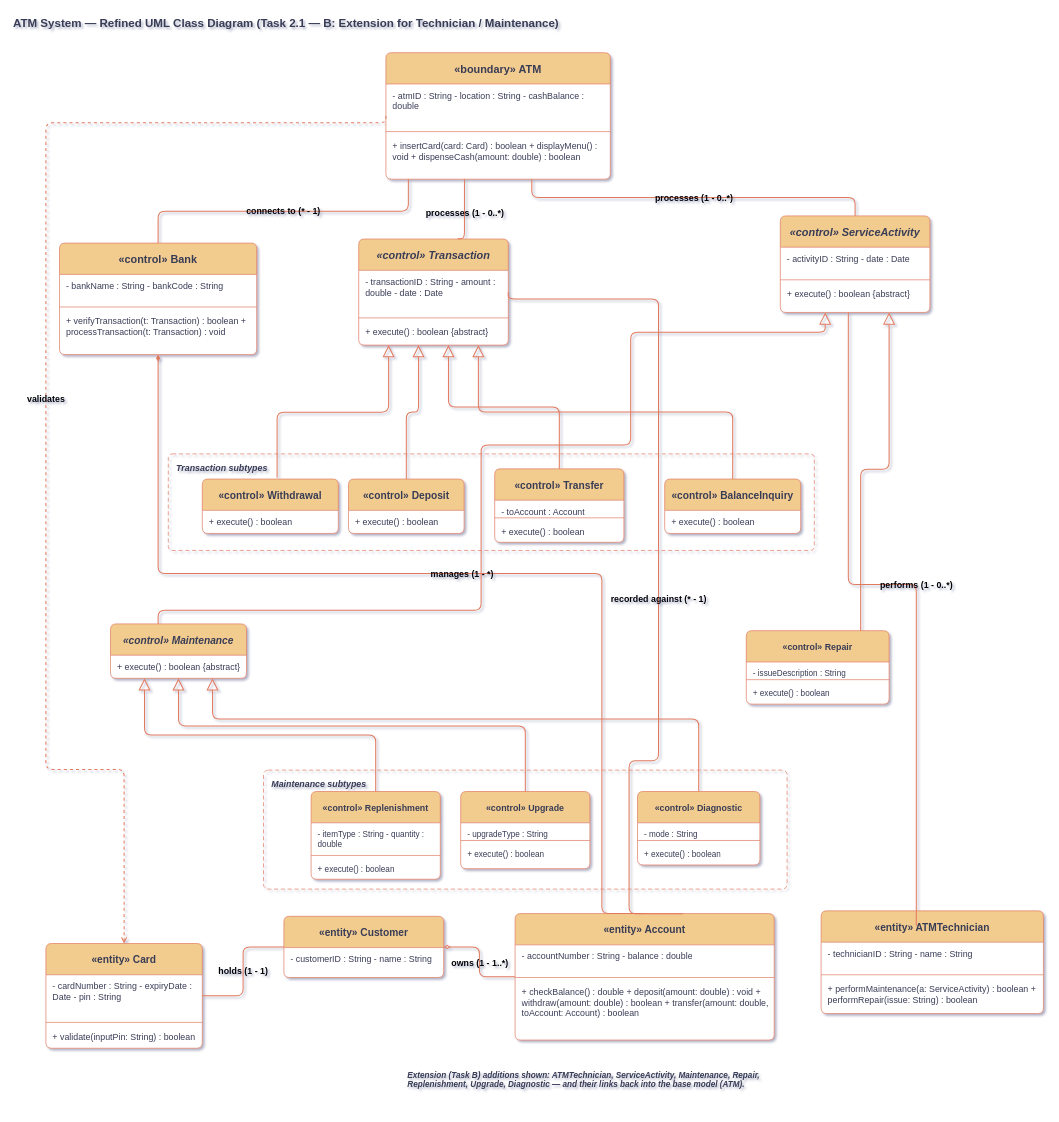
Above: Refined UML Class Diagram -Task 2.1 — B.drawio in Moparapairayat/SE_ATM_UML_Diagram (draw.io), before the change. Source tidied: cells renumbered, new cells numbered last; positions are measured from the earlier drawing's top-left corner, leaving out a move shared by most shapes. Both pictures are drawn from the tidied source at 68%, with x=0, y=0 at pixel (12, 12).
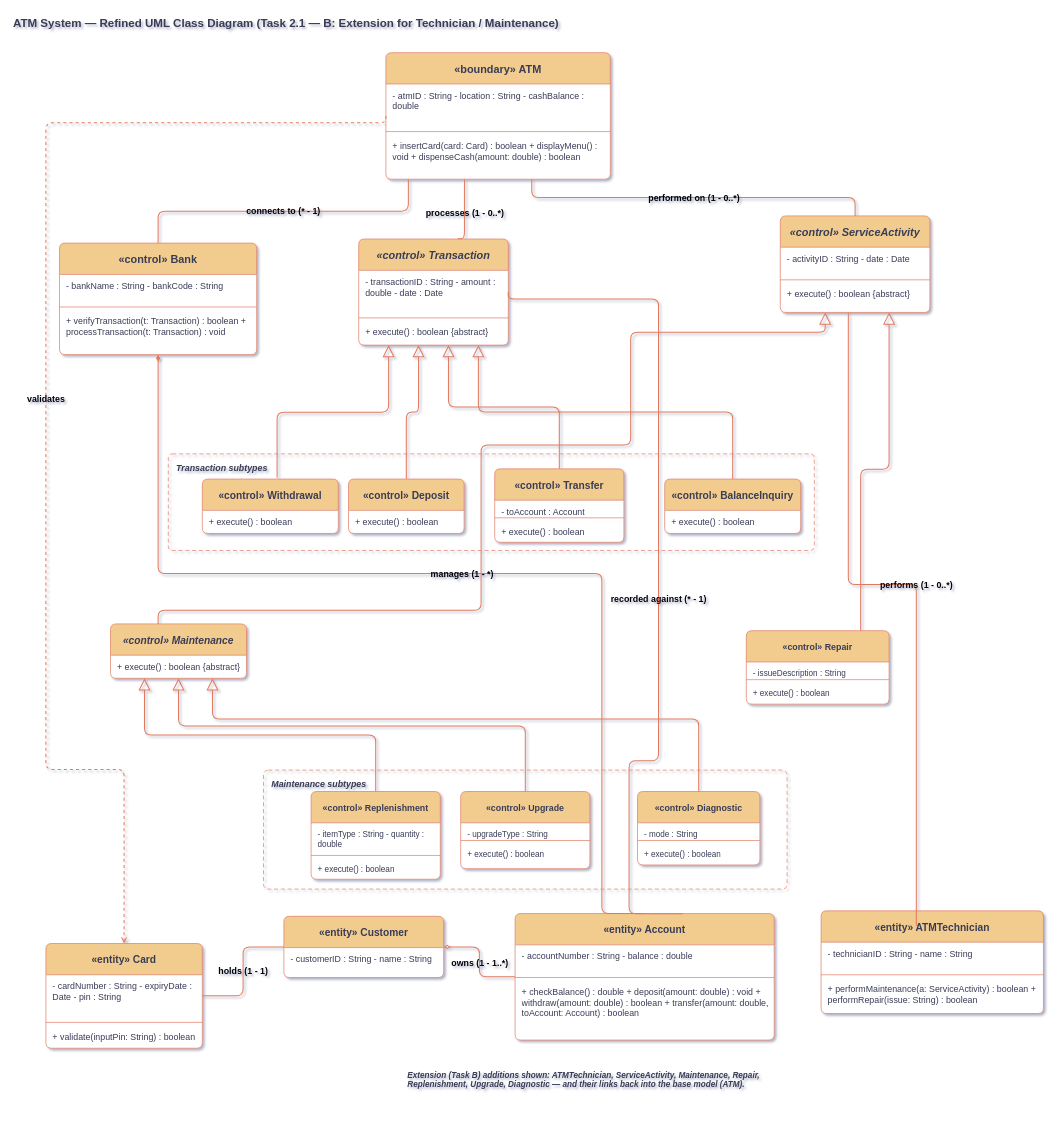
After the change.

The change refers to these unchanged cells:
```xml
<mxCell id="5" value="«boundary» ATM" style="swimlane;fontStyle=1;align=center;verticalAlign=middle;horizontal=1;startSize=46;fontSize=16;fontFamily=Helvetica;rounded=1;arcSize=6;shadow=0;fillColor=#F2CC8F;strokeColor=#E07A5F;swimlaneFillColor=#FFFFFF;fontColor=#393C56;labelBackgroundColor=none;textShadow=0;" parent="1" vertex="1">
  <mxGeometry x="550" y="60" width="330" height="186" as="geometry" />
</mxCell>
<mxCell id="27" value="«control» ServiceActivity" style="swimlane;fontStyle=1;align=center;verticalAlign=middle;horizontal=1;startSize=46;fontSize=16;fontFamily=Helvetica;rounded=1;arcSize=6;shadow=0;fillColor=#F2CC8F;strokeColor=#E07A5F;swimlaneFillColor=#FFFFFF;fontColor=#393C56;fontStyle=3;labelBackgroundColor=none;" parent="1" vertex="1">
  <mxGeometry x="1130" y="300" width="220" height="142" as="geometry" />
</mxCell>
```

Change to the diagram source:
```diff
@@
-    <mxCell id="74" value="processes  (1 - 0..*)" style="endArrow=none;html=1;fontSize=13;fontFamily=Helvetica;strokeColor=#E07A5F;strokeWidth=1.5;edgeStyle=orthogonalEdgeStyle;rounded=1;labelBackgroundColor=none;fontColor=default;exitX=0.65;exitY=1;entryX=0.5;entryY=0;fontStyle=1;" parent="1" edge="1" source="5" target="27">
+    <mxCell id="74" value="performed on (1 - 0..*)" style="endArrow=none;html=1;fontSize=13;fontFamily=Helvetica;strokeColor=#E07A5F;strokeWidth=1.5;edgeStyle=orthogonalEdgeStyle;rounded=1;labelBackgroundColor=none;fontColor=default;exitX=0.65;exitY=1;entryX=0.5;entryY=0;fontStyle=1;" parent="1" edge="1" source="5" target="27">
       <mxGeometry relative="1" as="geometry" />
     </mxCell>
```
